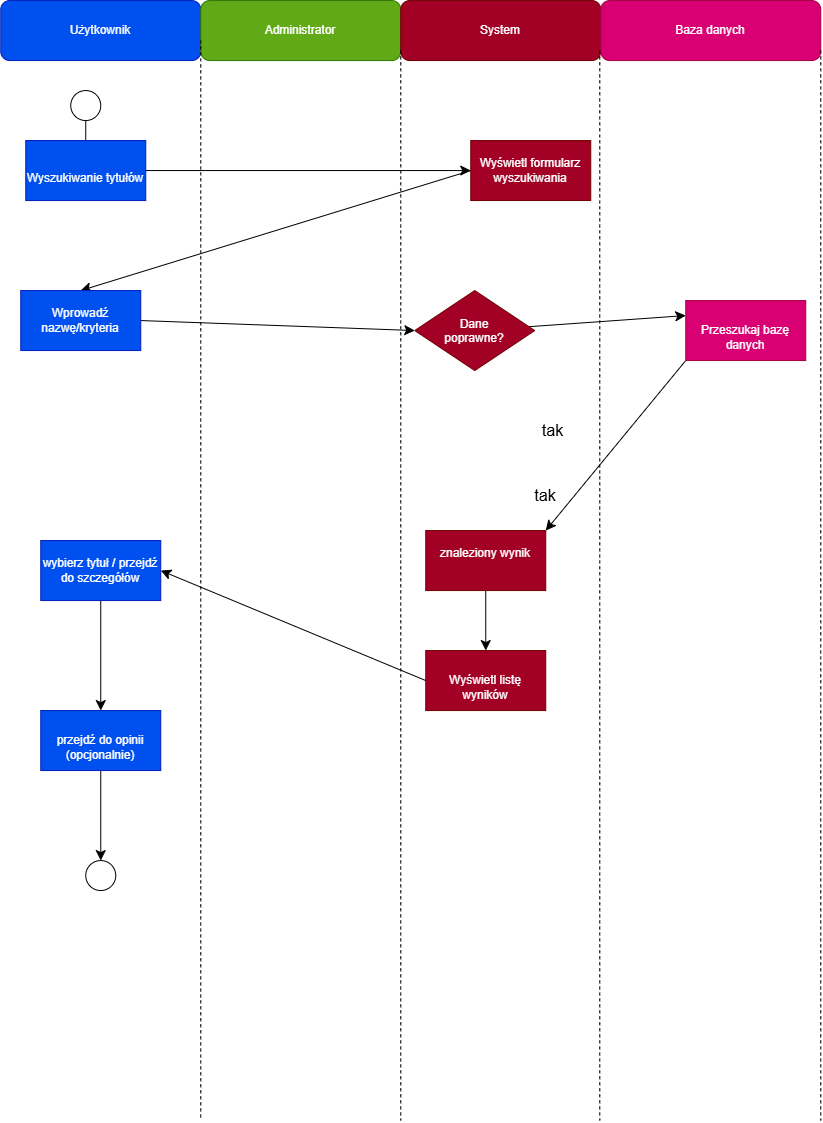
The draw.io diagram diagramy/przypadki użycia/diagram aktywności/_ Wyszukiwanie tytułów.drawio.png in Glurek13/Bartek-wojcik-projekt, before a commit. Source tidied: cells renumbered, new cells last; positions are measured from the earlier drawing's top-left corner, leaving out a move shared by most shapes. The source it was exported from:
```xml
<mxGraphModel>
  <root>
    <mxCell id="0" />
    <mxCell id="1" parent="0" />
    <mxCell id="2" value="Użytkownik" style="rounded=1;whiteSpace=wrap;html=1;fillColor=#0050ef;fontColor=#ffffff;strokeColor=#001DBC;" parent="1" vertex="1">
      <mxGeometry width="200" height="60" as="geometry" />
    </mxCell>
    <mxCell id="3" value="Administrator" style="rounded=1;whiteSpace=wrap;html=1;fillColor=#60a917;fontColor=#ffffff;strokeColor=#2D7600;" parent="1" vertex="1">
      <mxGeometry x="200" width="200" height="60" as="geometry" />
    </mxCell>
    <mxCell id="4" value="System" style="rounded=1;whiteSpace=wrap;html=1;fillColor=#a20025;fontColor=#ffffff;strokeColor=#6F0000;" parent="1" vertex="1">
      <mxGeometry x="400" width="200" height="60" as="geometry" />
    </mxCell>
    <mxCell id="5" value="Baza danych" style="rounded=1;whiteSpace=wrap;html=1;fillColor=#d80073;fontColor=#ffffff;strokeColor=#A50040;" parent="1" vertex="1">
      <mxGeometry x="600" width="220" height="60" as="geometry" />
    </mxCell>
    <mxCell id="6" style="endArrow=none;dashed=1;html=1;rounded=0;fontSize=12;startSize=8;endSize=8;curved=1;exitX=0;exitY=1;exitDx=0;exitDy=0;" parent="1" edge="1">
      <mxGeometry relative="1" as="geometry">
        <mxPoint x="200" y="40" as="sourcePoint" />
        <mxPoint x="200" y="1120" as="targetPoint" />
      </mxGeometry>
    </mxCell>
    <mxCell id="7" style="endArrow=none;dashed=1;html=1;rounded=0;fontSize=12;startSize=8;endSize=8;curved=1;exitX=1;exitY=1;exitDx=0;exitDy=0;" parent="1" edge="1">
      <mxGeometry relative="1" as="geometry">
        <mxPoint x="599" y="50" as="sourcePoint" />
        <mxPoint x="599" y="1120" as="targetPoint" />
      </mxGeometry>
    </mxCell>
    <mxCell id="8" style="endArrow=none;dashed=1;html=1;rounded=0;fontSize=12;startSize=8;endSize=8;curved=1;exitX=1;exitY=1;exitDx=0;exitDy=0;" parent="1" edge="1">
      <mxGeometry relative="1" as="geometry">
        <mxPoint x="400" y="50" as="sourcePoint" />
        <mxPoint x="400" y="1120" as="targetPoint" />
      </mxGeometry>
    </mxCell>
    <mxCell id="9" style="endArrow=none;dashed=1;html=1;rounded=0;fontSize=12;startSize=8;endSize=8;curved=1;exitX=1;exitY=1;exitDx=0;exitDy=0;" parent="1" edge="1">
      <mxGeometry relative="1" as="geometry">
        <mxPoint x="820" y="50" as="sourcePoint" />
        <mxPoint x="820" y="1120" as="targetPoint" />
      </mxGeometry>
    </mxCell>
    <mxCell id="10" style="edgeStyle=none;curved=1;rounded=0;jettySize=auto;html=1;entryX=0;entryY=0.5;entryDx=0;entryDy=0;fontSize=12;startSize=8;endSize=8;exitX=1;exitY=0.5;exitDx=0;exitDy=0;" parent="1" edge="1" source="31" target="32">
      <mxGeometry relative="1" as="geometry" />
    </mxCell>
    <mxCell id="11" style="edgeStyle=none;curved=1;rounded=0;jettySize=auto;html=1;entryX=0.5;entryY=0;entryDx=0;entryDy=0;fontSize=12;startSize=8;endSize=8;" parent="1" edge="1" source="12">
      <mxGeometry relative="1" as="geometry">
        <mxPoint x="85" y="150" as="targetPoint" />
      </mxGeometry>
    </mxCell>
    <mxCell id="12" style="ellipse;whiteSpace=wrap;html=1;shapeInside=1;fillColor=light-dark(#FFFFFF,#000000);gradientColor=none;gradientDirection=radial;strokeColor=light-dark(#000000,#000000);" parent="1" vertex="1">
      <mxGeometry x="70" y="90" width="30" height="30" as="geometry" />
    </mxCell>
    <mxCell id="13" style="edgeStyle=none;curved=1;rounded=0;jettySize=auto;html=1;fontSize=12;startSize=8;endSize=8;entryX=0.5;entryY=0;entryDx=0;entryDy=0;exitX=0;exitY=0.5;exitDx=0;exitDy=0;" parent="1" edge="1" source="32" target="30">
      <mxGeometry relative="1" as="geometry" />
    </mxCell>
    <mxCell id="14" style="edgeStyle=none;curved=1;rounded=0;jettySize=auto;html=1;fontSize=12;startSize=8;endSize=8;exitX=0.5;exitY=1;exitDx=0;exitDy=0;entryX=0.5;entryY=0;entryDx=0;entryDy=0;" parent="1" edge="1" source="28" target="29">
      <mxGeometry relative="1" as="geometry" />
    </mxCell>
    <mxCell id="15" style="edgeStyle=none;curved=1;rounded=0;jettySize=auto;html=1;fontSize=12;startSize=8;endSize=8;entryX=0.5;entryY=0;entryDx=0;entryDy=0;exitX=0.5;exitY=1;exitDx=0;exitDy=0;" parent="1" edge="1" source="29" target="24">
      <mxGeometry relative="1" as="geometry" />
    </mxCell>
    <mxCell id="16" style="edgeStyle=none;curved=1;rounded=0;jettySize=auto;html=1;fontSize=12;startSize=8;endSize=8;entryX=0;entryY=0.25;entryDx=0;entryDy=0;" parent="1" edge="1" source="17" target="27">
      <mxGeometry relative="1" as="geometry" />
    </mxCell>
    <mxCell id="17" value="Dane poprawne?" style="rhombus;whiteSpace=wrap;html=1;shapeInside=1;fillColor=#a20025;fontColor=#ffffff;strokeColor=#6F0000;" parent="1" vertex="1">
      <mxGeometry x="414" y="290" width="120" height="80" as="geometry" />
    </mxCell>
    <mxCell id="18" style="edgeStyle=none;curved=1;rounded=0;jettySize=auto;html=1;entryX=0.5;entryY=0;entryDx=0;entryDy=0;fontSize=12;startSize=8;endSize=8;exitX=0.5;exitY=1;exitDx=0;exitDy=0;" parent="1" edge="1" source="25" target="26">
      <mxGeometry relative="1" as="geometry" />
    </mxCell>
    <mxCell id="19" style="edgeStyle=none;curved=1;rounded=0;jettySize=auto;html=1;fontSize=12;startSize=8;endSize=8;entryX=0;entryY=0.5;entryDx=0;entryDy=0;exitX=1;exitY=0.5;exitDx=0;exitDy=0;" parent="1" edge="1" source="30" target="17">
      <mxGeometry relative="1" as="geometry" />
    </mxCell>
    <mxCell id="20" style="edgeStyle=none;curved=1;rounded=0;jettySize=auto;html=1;entryX=1;entryY=0;entryDx=0;entryDy=0;fontSize=12;startSize=8;endSize=8;exitX=0;exitY=1;exitDx=0;exitDy=0;" parent="1" edge="1" source="27" target="25">
      <mxGeometry relative="1" as="geometry" />
    </mxCell>
    <mxCell id="21" value="tak" style="text;html=1;whiteSpace=wrap;strokeColor=none;fillColor=none;align=center;verticalAlign=middle;rounded=0;fontSize=16;" parent="1" vertex="1">
      <mxGeometry x="530" y="420" width="45" height="20" as="geometry" />
    </mxCell>
    <mxCell id="22" value="tak" style="text;html=1;whiteSpace=wrap;strokeColor=none;fillColor=none;align=center;verticalAlign=middle;rounded=0;fontSize=16;" parent="1" vertex="1">
      <mxGeometry x="515" y="480" width="60" height="30" as="geometry" />
    </mxCell>
    <mxCell id="23" style="edgeStyle=none;curved=1;rounded=0;jettySize=auto;html=1;entryX=1;entryY=0.5;entryDx=0;entryDy=0;fontSize=12;startSize=8;endSize=8;exitX=0;exitY=0.5;exitDx=0;exitDy=0;" parent="1" edge="1" source="26" target="28">
      <mxGeometry relative="1" as="geometry" />
    </mxCell>
    <mxCell id="24" style="ellipse;whiteSpace=wrap;html=1;shapeInside=1;fillColor=light-dark(#FFFFFF,#000000);" parent="1" vertex="1">
      <mxGeometry x="85" y="860" width="30" height="30" as="geometry" />
    </mxCell>
    <mxCell id="25" value="&lt;div&gt;&lt;br&gt;&lt;/div&gt;&lt;div&gt;znaleziony wynik&lt;/div&gt;&lt;div&gt;&lt;br&gt;&lt;/div&gt;&lt;div&gt;&lt;br&gt;&lt;/div&gt;" style="rounded=0;whiteSpace=wrap;html=1;fillColor=#a20025;fontColor=#ffffff;strokeColor=#6F0000;" parent="1" vertex="1">
      <mxGeometry x="425" y="530" width="120" height="60" as="geometry" />
    </mxCell>
    <mxCell id="26" value="&lt;div&gt;&lt;br&gt;&lt;/div&gt;&lt;div&gt;&lt;span style=&quot;background-color: transparent; color: light-dark(rgb(255, 255, 255), rgb(18, 18, 18));&quot;&gt;Wyświetl listę wyników&lt;/span&gt;&lt;/div&gt;" style="rounded=0;whiteSpace=wrap;html=1;fillColor=#a20025;fontColor=#ffffff;strokeColor=#6F0000;" parent="1" vertex="1">
      <mxGeometry x="425" y="650" width="120" height="60" as="geometry" />
    </mxCell>
    <mxCell id="27" value="&lt;br&gt;&lt;div&gt;&lt;div&gt;Przeszukaj bazę danych&lt;/div&gt;&lt;/div&gt;" style="rounded=0;whiteSpace=wrap;html=1;fillColor=#d80073;fontColor=#ffffff;strokeColor=#A50040;" parent="1" vertex="1">
      <mxGeometry x="685" y="300" width="120" height="60" as="geometry" />
    </mxCell>
    <mxCell id="28" value="wybierz tytuł / przejdź do szczegółów" style="rounded=0;whiteSpace=wrap;html=1;fillColor=#0050ef;fontColor=#ffffff;strokeColor=#001DBC;" parent="1" vertex="1">
      <mxGeometry x="40" y="540" width="120" height="60" as="geometry" />
    </mxCell>
    <mxCell id="29" value="&lt;br&gt;&lt;div&gt;&lt;div&gt;przejdź do opinii (opcjonalnie)&lt;/div&gt;&lt;/div&gt;" style="rounded=0;whiteSpace=wrap;html=1;fillColor=#0050ef;fontColor=#ffffff;strokeColor=#001DBC;" parent="1" vertex="1">
      <mxGeometry x="40" y="710" width="120" height="60" as="geometry" />
    </mxCell>
    <mxCell id="30" value="&lt;br&gt;&lt;div&gt;&lt;span style=&quot;background-color: transparent; color: light-dark(rgb(255, 255, 255), rgb(18, 18, 18));&quot;&gt;&lt;div style=&quot;&quot;&gt;&lt;span style=&quot;background-color: transparent; color: light-dark(rgb(255, 255, 255), rgb(18, 18, 18));&quot;&gt;Wprowadź nazwę/kryteria&lt;/span&gt;&lt;/div&gt;&lt;/span&gt;&lt;/div&gt;&lt;div&gt;&lt;br&gt;&lt;/div&gt;" style="rounded=0;whiteSpace=wrap;html=1;fillColor=#0050ef;fontColor=#ffffff;strokeColor=#001DBC;align=center;" parent="1" vertex="1">
      <mxGeometry x="20" y="290" width="120" height="60" as="geometry" />
    </mxCell>
    <mxCell id="31" value="&lt;div&gt;&lt;br&gt;&lt;/div&gt;&lt;div&gt;&lt;br&gt;&lt;/div&gt;&lt;div&gt;&lt;div&gt;&lt;span style=&quot;background-color: transparent; color: light-dark(rgb(255, 255, 255), rgb(18, 18, 18));&quot;&gt;Wyszukiwanie tytułów&lt;/span&gt;&lt;/div&gt;&lt;div&gt;&lt;br&gt;&lt;/div&gt;&lt;/div&gt;" style="rounded=0;whiteSpace=wrap;html=1;fillColor=#0050ef;fontColor=#ffffff;strokeColor=#001DBC;" parent="1" vertex="1">
      <mxGeometry x="25" y="140" width="120" height="60" as="geometry" />
    </mxCell>
    <mxCell id="32" value="&lt;br&gt;&lt;div&gt;&lt;/div&gt;&lt;div&gt;&lt;span style=&quot;background-color: transparent; color: light-dark(rgb(255, 255, 255), rgb(18, 18, 18));&quot;&gt;Wyświetl formularz wyszukiwania&lt;/span&gt;&lt;/div&gt;&lt;div&gt;&lt;span style=&quot;background-color: transparent; color: light-dark(rgb(255, 255, 255), rgb(18, 18, 18));&quot;&gt;&lt;br&gt;&lt;/span&gt;&lt;/div&gt;" style="rounded=0;whiteSpace=wrap;html=1;fillColor=#a20025;fontColor=#ffffff;strokeColor=#6F0000;" parent="1" vertex="1">
      <mxGeometry x="470" y="140" width="120" height="60" as="geometry" />
    </mxCell>
  </root>
</mxGraphModel>
```
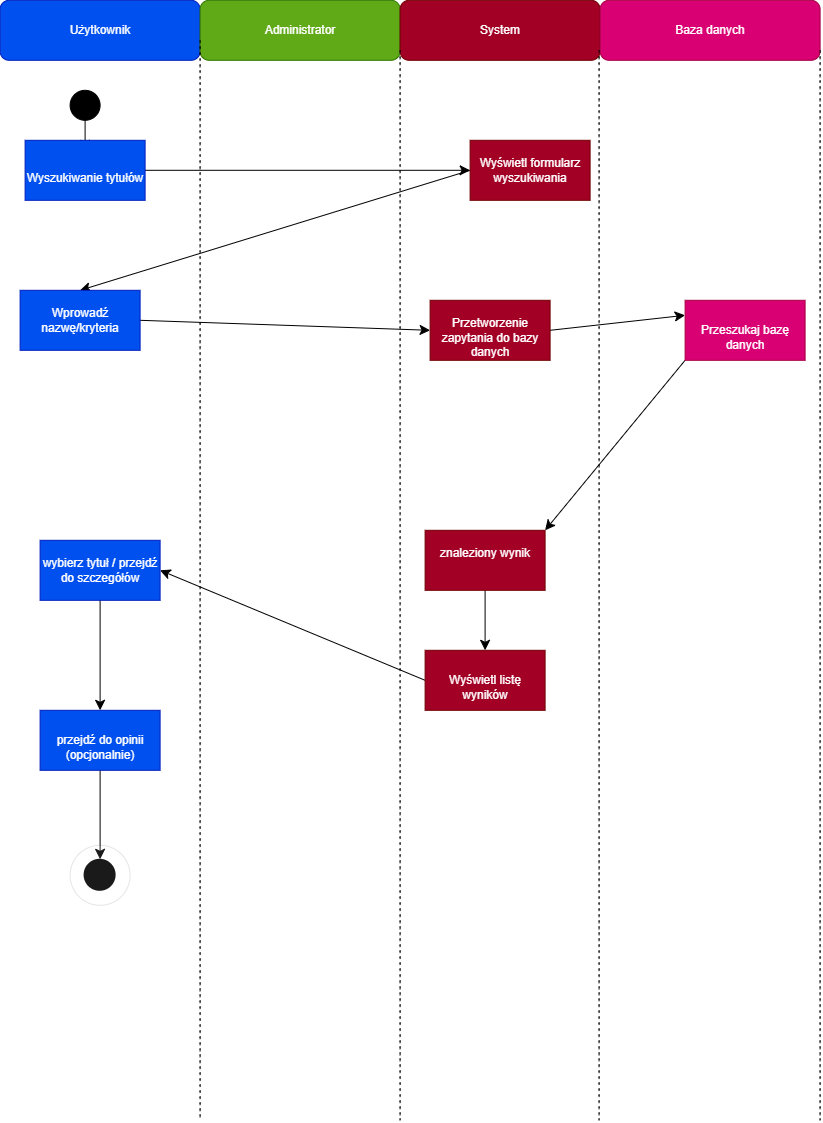
Above is the later version.

Commit message:
diagram aktywności

The edit, as a diff of the source:
```diff
@@ -46,7 +46,7 @@
         <mxPoint x="85" y="150" as="targetPoint" />
       </mxGeometry>
     </mxCell>
-    <mxCell id="12" style="ellipse;whiteSpace=wrap;html=1;shapeInside=1;fillColor=light-dark(#FFFFFF,#000000);gradientColor=none;gradientDirection=radial;strokeColor=light-dark(#000000,#000000);" parent="1" vertex="1">
+    <mxCell id="12" style="ellipse;whiteSpace=wrap;html=1;shapeInside=1;gradientDirection=radial;fillStyle=auto;fillColor=light-dark(#000000,#000000);" parent="1" vertex="1">
       <mxGeometry x="70" y="90" width="30" height="30" as="geometry" />
     </mxCell>
     <mxCell id="13" style="edgeStyle=none;curved=1;rounded=0;jettySize=auto;html=1;fontSize=12;startSize=8;endSize=8;entryX=0.5;entryY=0;entryDx=0;entryDy=0;exitX=0;exitY=0.5;exitDx=0;exitDy=0;" parent="1" edge="1" source="32" target="30">
@@ -58,31 +58,22 @@
     <mxCell id="15" style="edgeStyle=none;curved=1;rounded=0;jettySize=auto;html=1;fontSize=12;startSize=8;endSize=8;entryX=0.5;entryY=0;entryDx=0;entryDy=0;exitX=0.5;exitY=1;exitDx=0;exitDy=0;" parent="1" edge="1" source="29" target="24">
       <mxGeometry relative="1" as="geometry" />
     </mxCell>
-    <mxCell id="16" style="edgeStyle=none;curved=1;rounded=0;jettySize=auto;html=1;fontSize=12;startSize=8;endSize=8;entryX=0;entryY=0.25;entryDx=0;entryDy=0;" parent="1" edge="1" source="17" target="27">
+    <mxCell id="16" style="edgeStyle=none;curved=1;rounded=0;jettySize=auto;html=1;fontSize=12;startSize=8;endSize=8;entryX=0;entryY=0.25;entryDx=0;entryDy=0;exitX=1;exitY=0.5;exitDx=0;exitDy=0;" parent="1" edge="1" source="34" target="27">
       <mxGeometry relative="1" as="geometry" />
     </mxCell>
-    <mxCell id="17" value="Dane poprawne?" style="rhombus;whiteSpace=wrap;html=1;shapeInside=1;fillColor=#a20025;fontColor=#ffffff;strokeColor=#6F0000;" parent="1" vertex="1">
-      <mxGeometry x="414" y="290" width="120" height="80" as="geometry" />
-    </mxCell>
     <mxCell id="18" style="edgeStyle=none;curved=1;rounded=0;jettySize=auto;html=1;entryX=0.5;entryY=0;entryDx=0;entryDy=0;fontSize=12;startSize=8;endSize=8;exitX=0.5;exitY=1;exitDx=0;exitDy=0;" parent="1" edge="1" source="25" target="26">
       <mxGeometry relative="1" as="geometry" />
     </mxCell>
-    <mxCell id="19" style="edgeStyle=none;curved=1;rounded=0;jettySize=auto;html=1;fontSize=12;startSize=8;endSize=8;entryX=0;entryY=0.5;entryDx=0;entryDy=0;exitX=1;exitY=0.5;exitDx=0;exitDy=0;" parent="1" edge="1" source="30" target="17">
+    <mxCell id="19" style="edgeStyle=none;curved=1;rounded=0;jettySize=auto;html=1;fontSize=12;startSize=8;endSize=8;entryX=0;entryY=0.5;entryDx=0;entryDy=0;exitX=1;exitY=0.5;exitDx=0;exitDy=0;" parent="1" edge="1" source="30" target="34">
       <mxGeometry relative="1" as="geometry" />
     </mxCell>
     <mxCell id="20" style="edgeStyle=none;curved=1;rounded=0;jettySize=auto;html=1;entryX=1;entryY=0;entryDx=0;entryDy=0;fontSize=12;startSize=8;endSize=8;exitX=0;exitY=1;exitDx=0;exitDy=0;" parent="1" edge="1" source="27" target="25">
       <mxGeometry relative="1" as="geometry" />
     </mxCell>
-    <mxCell id="21" value="tak" style="text;html=1;whiteSpace=wrap;strokeColor=none;fillColor=none;align=center;verticalAlign=middle;rounded=0;fontSize=16;" parent="1" vertex="1">
-      <mxGeometry x="530" y="420" width="45" height="20" as="geometry" />
-    </mxCell>
-    <mxCell id="22" value="tak" style="text;html=1;whiteSpace=wrap;strokeColor=none;fillColor=none;align=center;verticalAlign=middle;rounded=0;fontSize=16;" parent="1" vertex="1">
-      <mxGeometry x="515" y="480" width="60" height="30" as="geometry" />
-    </mxCell>
     <mxCell id="23" style="edgeStyle=none;curved=1;rounded=0;jettySize=auto;html=1;entryX=1;entryY=0.5;entryDx=0;entryDy=0;fontSize=12;startSize=8;endSize=8;exitX=0;exitY=0.5;exitDx=0;exitDy=0;" parent="1" edge="1" source="26" target="28">
       <mxGeometry relative="1" as="geometry" />
     </mxCell>
-    <mxCell id="24" style="ellipse;whiteSpace=wrap;html=1;shapeInside=1;fillColor=light-dark(#FFFFFF,#000000);" parent="1" vertex="1">
+    <mxCell id="24" style="ellipse;whiteSpace=wrap;html=1;shapeInside=1;fillColor=light-dark(#000000,#000000);strokeWidth=2;perimeterSpacing=1;" parent="1" vertex="1">
       <mxGeometry x="85" y="860" width="30" height="30" as="geometry" />
     </mxCell>
     <mxCell id="25" value="&lt;div&gt;&lt;br&gt;&lt;/div&gt;&lt;div&gt;znaleziony wynik&lt;/div&gt;&lt;div&gt;&lt;br&gt;&lt;/div&gt;&lt;div&gt;&lt;br&gt;&lt;/div&gt;" style="rounded=0;whiteSpace=wrap;html=1;fillColor=#a20025;fontColor=#ffffff;strokeColor=#6F0000;" parent="1" vertex="1">
@@ -109,5 +100,11 @@
     <mxCell id="32" value="&lt;br&gt;&lt;div&gt;&lt;/div&gt;&lt;div&gt;&lt;span style=&quot;background-color: transparent; color: light-dark(rgb(255, 255, 255), rgb(18, 18, 18));&quot;&gt;Wyświetl formularz wyszukiwania&lt;/span&gt;&lt;/div&gt;&lt;div&gt;&lt;span style=&quot;background-color: transparent; color: light-dark(rgb(255, 255, 255), rgb(18, 18, 18));&quot;&gt;&lt;br&gt;&lt;/span&gt;&lt;/div&gt;" style="rounded=0;whiteSpace=wrap;html=1;fillColor=#a20025;fontColor=#ffffff;strokeColor=#6F0000;" parent="1" vertex="1">
       <mxGeometry x="470" y="140" width="120" height="60" as="geometry" />
     </mxCell>
+    <mxCell id="33" style="ellipse;whiteSpace=wrap;html=1;shapeInside=1;opacity=10;" parent="1" vertex="1">
+      <mxGeometry x="70" y="845" width="60" height="60" as="geometry" />
+    </mxCell>
+    <mxCell id="34" value="&lt;br&gt;&lt;div&gt;&lt;/div&gt;&lt;div&gt;Przetworzenie zapytania do bazy danych&lt;/div&gt;" style="rounded=0;whiteSpace=wrap;html=1;fillColor=#a20025;fontColor=#ffffff;strokeColor=#6F0000;" parent="1" vertex="1">
+      <mxGeometry x="430" y="300" width="120" height="60" as="geometry" />
+    </mxCell>
   </root>
 </mxGraphModel>
```
